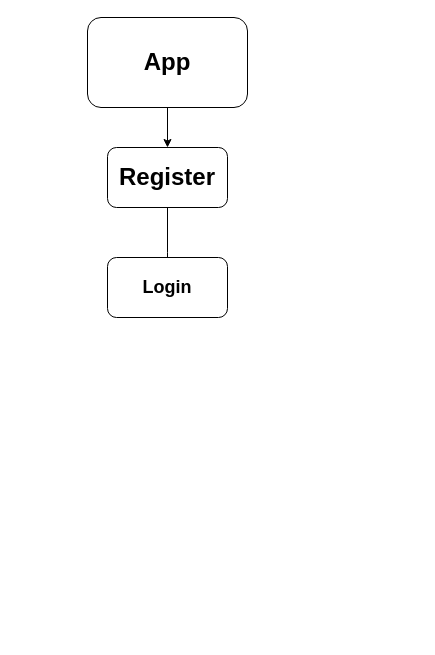
Earlier version of the draw.io diagram Untitled Diagram.drawio (Kp270705/SmartCityWorkflow). Source tidied: cells renumbered, new cells numbered last; positions are measured from the earlier drawing's top-left corner, leaving out a move shared by most shapes. Both pictures are drawn from the tidied source at 100%, with x=0, y=0 at pixel (87, 17).
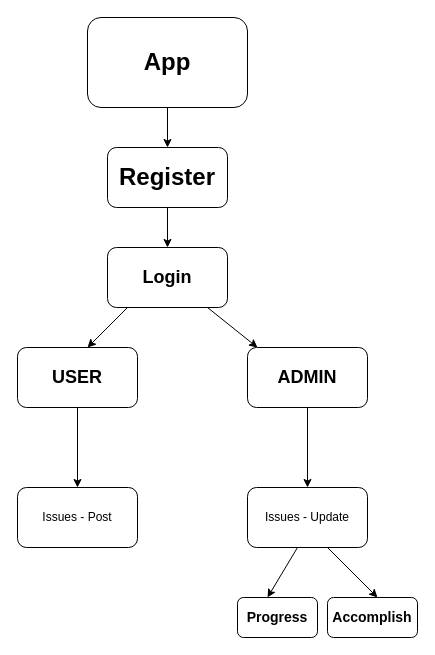
The same diagram, later.

Unchanged cells that the change refers to:
```xml
<mxCell id="5" value="&lt;b&gt;&lt;font style=&quot;font-size: 24px;&quot;&gt;Register&lt;/font&gt;&lt;/b&gt;" style="whiteSpace=wrap;html=1;rounded=1;" parent="1" vertex="1">
  <mxGeometry x="20" y="130" width="120" height="60" as="geometry" />
</mxCell>
```

Diff of the diagram source:
```diff
@@
-    <mxCell id="4" style="edgeStyle=orthogonalEdgeStyle;rounded=0;jettySize=auto;html=1;" parent="1" edge="1" source="5">
-      <mxGeometry relative="1" as="geometry">
-        <mxPoint x="80" y="280" as="targetPoint" />
-      </mxGeometry>
-    </mxCell>
+    <mxCell id="7" style="edgeStyle=orthogonalEdgeStyle;rounded=0;jettySize=auto;html=1;" parent="1" edge="1" source="5" target="6">
+      <mxGeometry relative="1" as="geometry" />
+    </mxCell>
@@
     <mxCell id="6" value="&lt;b&gt;&lt;font style=&quot;font-size: 18px;&quot;&gt;Login&lt;/font&gt;&lt;/b&gt;" style="whiteSpace=wrap;html=1;rounded=1;" parent="1" vertex="1">
-      <mxGeometry x="20" y="240" width="120" height="60" as="geometry" />
+      <mxGeometry x="20" y="230" width="120" height="60" as="geometry" />
     </mxCell>
+    <mxCell id="8" style="endArrow=classic;html=1;rounded=0;" parent="1" edge="1">
+      <mxGeometry relative="1" as="geometry">
+        <mxPoint x="40" y="290" as="sourcePoint" />
+        <mxPoint y="330" as="targetPoint" />
+      </mxGeometry>
+    </mxCell>
+    <mxCell id="9" style="endArrow=classic;html=1;rounded=0;" parent="1" edge="1">
+      <mxGeometry relative="1" as="geometry">
+        <mxPoint x="120" y="290" as="sourcePoint" />
+        <mxPoint x="170" y="330" as="targetPoint" />
+      </mxGeometry>
+    </mxCell>
+    <mxCell id="10" style="edgeStyle=orthogonalEdgeStyle;rounded=0;jettySize=auto;html=1;" parent="1" edge="1" source="11" target="15">
+      <mxGeometry relative="1" as="geometry" />
+    </mxCell>
+    <mxCell id="11" value="&lt;b&gt;&lt;font style=&quot;font-size: 18px;&quot;&gt;USER&lt;/font&gt;&lt;/b&gt;" style="rounded=1;whiteSpace=wrap;html=1;" parent="1" vertex="1">
+      <mxGeometry x="-70" y="330" width="120" height="60" as="geometry" />
+    </mxCell>
+    <mxCell id="12" style="edgeStyle=orthogonalEdgeStyle;rounded=0;jettySize=auto;html=1;" parent="1" edge="1" source="13" target="14">
+      <mxGeometry relative="1" as="geometry" />
+    </mxCell>
+    <mxCell id="13" value="&lt;b&gt;&lt;font style=&quot;font-size: 18px;&quot;&gt;ADMIN&lt;/font&gt;&lt;/b&gt;" style="rounded=1;whiteSpace=wrap;html=1;" parent="1" vertex="1">
+      <mxGeometry x="160" y="330" width="120" height="60" as="geometry" />
+    </mxCell>
+    <mxCell id="14" value="Issues - Update" style="whiteSpace=wrap;html=1;rounded=1;" parent="1" vertex="1">
+      <mxGeometry x="160" y="470" width="120" height="60" as="geometry" />
+    </mxCell>
+    <mxCell id="15" value="Issues - Post" style="whiteSpace=wrap;html=1;rounded=1;" parent="1" vertex="1">
+      <mxGeometry x="-70" y="470" width="120" height="60" as="geometry" />
+    </mxCell>
+    <mxCell id="16" style="endArrow=classic;html=1;rounded=0;" parent="1" edge="1">
+      <mxGeometry relative="1" as="geometry">
+        <mxPoint x="210" y="530" as="sourcePoint" />
+        <mxPoint x="180" y="580" as="targetPoint" />
+      </mxGeometry>
+    </mxCell>
+    <mxCell id="17" value="&lt;b&gt;&lt;font style=&quot;font-size: 14px;&quot;&gt;Progress&lt;/font&gt;&lt;/b&gt;" style="rounded=1;whiteSpace=wrap;html=1;" parent="1" vertex="1">
+      <mxGeometry x="150" y="580" width="80" height="40" as="geometry" />
+    </mxCell>
+    <mxCell id="18" style="endArrow=classic;html=1;rounded=0;" parent="1" edge="1">
+      <mxGeometry relative="1" as="geometry">
+        <mxPoint x="240" y="530" as="sourcePoint" />
+        <mxPoint x="290" y="580" as="targetPoint" />
+      </mxGeometry>
+    </mxCell>
+    <mxCell id="19" value="&lt;b&gt;&lt;font style=&quot;font-size: 14px;&quot;&gt;Accomplish&lt;/font&gt;&lt;/b&gt;" style="rounded=1;whiteSpace=wrap;html=1;" parent="1" vertex="1">
+      <mxGeometry x="240" y="580" width="90" height="40" as="geometry" />
+    </mxCell>
```
